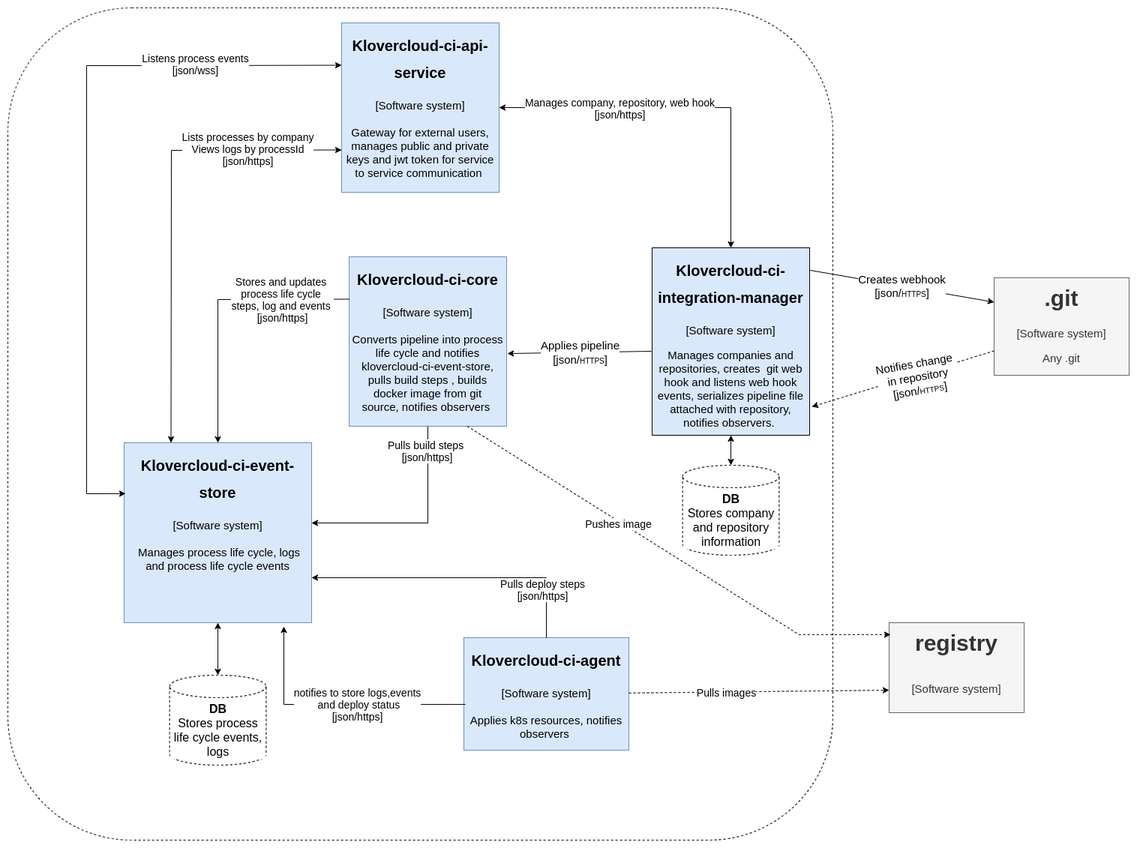
klovercloud-ci-cd/architecture keeps this draw.io diagram as files/container.png. Above is the earlier version. Source tidied: cells renumbered, new cells last; positions are measured from the earlier drawing's top-left corner, leaving out a move shared by most shapes.
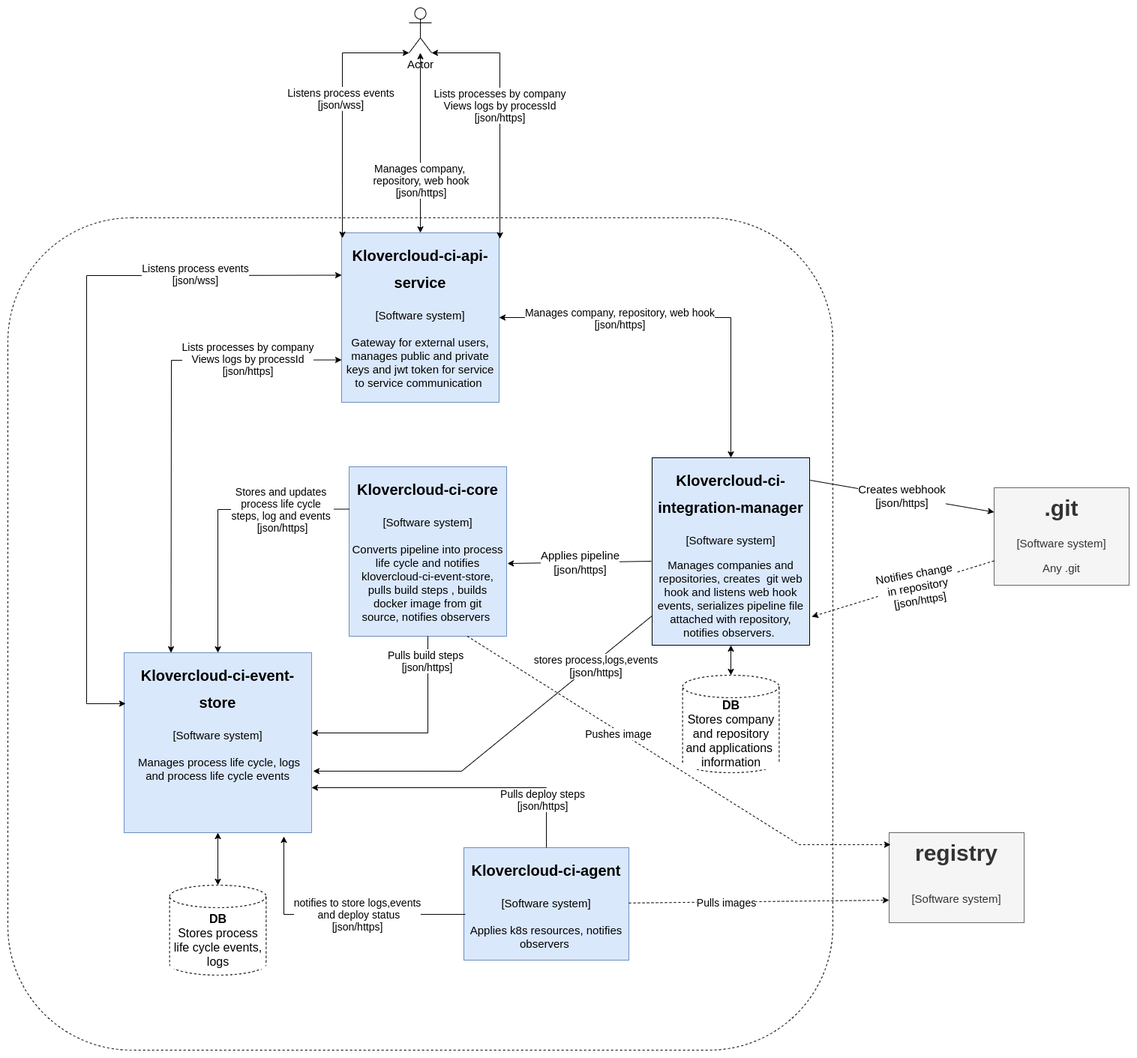
Later version of the same file.

Commit message:
add klovercloud-ci-intergration-manager component diagram

What changed in the source:
```diff
@@ -11,19 +11,19 @@
     <mxCell id="4" value="&lt;h1&gt;&lt;font style=&quot;font-size: 20px&quot;&gt;Klovercloud-ci-integration-manager&lt;/font&gt;&lt;/h1&gt;&lt;div&gt;[Software system]&lt;/div&gt;&lt;p&gt;Manages companies and repositories, creates&amp;nbsp; git web hook and listens web hook events, serializes pipeline file attached with repository, notifies observers.&amp;nbsp;&lt;/p&gt;" style="text;html=1;strokeColor=default;fillColor=#dae8fc;spacing=5;spacingTop=-20;whiteSpace=wrap;overflow=hidden;rounded=0;fontSize=15;align=center;labelBackgroundColor=none;fontColor=default;" parent="1" vertex="1">
       <mxGeometry x="859" y="320" width="210" height="250" as="geometry" />
     </mxCell>
-    <mxCell id="5" value="Creates webhook&lt;br&gt;[json/&lt;font style=&quot;font-size: 10px&quot;&gt;HTTPS&lt;/font&gt;]" style="endArrow=classic;html=1;rounded=0;labelBackgroundColor=default;fontSize=15;fontColor=default;strokeColor=default;exitX=1.004;exitY=0.12;exitDx=0;exitDy=0;entryX=0;entryY=0.25;entryDx=0;entryDy=0;exitPerimeter=0;" parent="1" edge="1" source="4" target="3">
+    <mxCell id="5" value="Creates webhook&lt;br&gt;[json/&lt;span style=&quot;font-size: 14px&quot;&gt;https&lt;/span&gt;]" style="endArrow=classic;html=1;rounded=0;labelBackgroundColor=default;fontSize=15;fontColor=default;strokeColor=default;exitX=1.004;exitY=0.12;exitDx=0;exitDy=0;entryX=0;entryY=0.25;entryDx=0;entryDy=0;exitPerimeter=0;" parent="1" edge="1" source="4" target="3">
       <mxGeometry relative="1" as="geometry" />
     </mxCell>
     <mxCell id="6" style="endArrow=classic;html=1;rounded=0;labelBackgroundColor=default;fontSize=15;fontColor=default;strokeColor=default;exitX=0;exitY=0.75;exitDx=0;exitDy=0;dashed=1;entryX=1.014;entryY=0.848;entryDx=0;entryDy=0;entryPerimeter=0;" parent="1" edge="1" source="3" target="4">
       <mxGeometry relative="1" as="geometry" />
     </mxCell>
-    <mxCell id="7" value="Notifies change &lt;br&gt;in repository&lt;br&gt;[json/&lt;font style=&quot;font-size: 10px&quot;&gt;HTTPS&lt;/font&gt;]" style="edgeLabel;html=1;align=center;verticalAlign=middle;fontSize=15;fontColor=default;labelBackgroundColor=default;rotation=-10;" parent="6" vertex="1">
+    <mxCell id="7" value="Notifies change &lt;br&gt;in repository&lt;br&gt;[json/&lt;span style=&quot;font-size: 14px&quot;&gt;https&lt;/span&gt;]" style="edgeLabel;html=1;align=center;verticalAlign=middle;fontSize=15;fontColor=default;labelBackgroundColor=default;rotation=-10;" parent="6" vertex="1">
       <mxGeometry x="0.17" y="1" relative="1" as="geometry">
         <mxPoint x="40" y="-11" as="offset" />
       </mxGeometry>
     </mxCell>
-    <mxCell id="8" value="&lt;font style=&quot;font-size: 16px&quot;&gt;&lt;b&gt;DB&lt;br&gt;&lt;/b&gt;Stores company and repository information&lt;br&gt;&lt;/font&gt;" style="shape=cylinder3;whiteSpace=wrap;html=1;boundedLbl=1;backgroundOutline=1;size=15;dashed=1;labelBackgroundColor=default;fontSize=10;fontColor=default;strokeColor=default;fillColor=default;align=center;" parent="1" vertex="1">
-      <mxGeometry x="899.6" y="610" width="128.8" height="120" as="geometry" />
+    <mxCell id="8" value="&lt;font style=&quot;font-size: 16px&quot;&gt;&lt;b&gt;DB&lt;br&gt;&lt;/b&gt;Stores company and repository and applications&amp;nbsp; information&lt;br&gt;&lt;/font&gt;" style="shape=cylinder3;whiteSpace=wrap;html=1;boundedLbl=1;backgroundOutline=1;size=15;dashed=1;labelBackgroundColor=default;fontSize=10;fontColor=default;strokeColor=default;fillColor=default;align=center;" parent="1" vertex="1">
+      <mxGeometry x="899.6" y="610" width="128.8" height="130" as="geometry" />
     </mxCell>
     <mxCell id="9" style="endArrow=classic;startArrow=classic;html=1;rounded=0;labelBackgroundColor=default;fontSize=10;fontColor=default;strokeColor=default;entryX=0.5;entryY=1;entryDx=0;entryDy=0;" parent="1" edge="1" source="8" target="4">
       <mxGeometry relative="1" as="geometry" />
@@ -34,7 +34,7 @@
     <mxCell id="11" style="endArrow=classic;html=1;rounded=0;labelBackgroundColor=default;fontSize=16;fontColor=default;strokeColor=default;exitX=-0.005;exitY=0.552;exitDx=0;exitDy=0;exitPerimeter=0;entryX=1.005;entryY=0.571;entryDx=0;entryDy=0;entryPerimeter=0;" parent="1" edge="1" source="4" target="10">
       <mxGeometry relative="1" as="geometry" />
     </mxCell>
-    <mxCell id="12" value="&lt;span style=&quot;font-size: 15px&quot;&gt;Applies pipeline&lt;/span&gt;&lt;br style=&quot;font-size: 15px&quot;&gt;&lt;span style=&quot;font-size: 15px&quot;&gt;[json/&lt;/span&gt;&lt;font style=&quot;font-size: 10px&quot;&gt;HTTPS&lt;/font&gt;&lt;span style=&quot;font-size: 15px&quot;&gt;]&lt;/span&gt;" style="edgeLabel;html=1;align=center;verticalAlign=middle;fontSize=16;fontColor=default;labelBackgroundColor=default;" parent="11" vertex="1">
+    <mxCell id="12" value="&lt;span style=&quot;font-size: 15px&quot;&gt;Applies pipeline&lt;/span&gt;&lt;br style=&quot;font-size: 15px&quot;&gt;&lt;span style=&quot;font-size: 15px&quot;&gt;[json/&lt;/span&gt;&lt;span style=&quot;font-size: 14px&quot;&gt;https&lt;/span&gt;&lt;span style=&quot;font-size: 15px&quot;&gt;]&lt;/span&gt;" style="edgeLabel;html=1;align=center;verticalAlign=middle;fontSize=16;fontColor=default;labelBackgroundColor=default;" parent="11" vertex="1">
       <mxGeometry x="-0.19" y="-1" relative="1" as="geometry">
         <mxPoint x="-17" as="offset" />
       </mxGeometry>
@@ -146,5 +146,52 @@
     <mxCell id="34" value="Pulls images" style="edgeLabel;html=1;align=center;verticalAlign=middle;fontSize=14;fontColor=default;" parent="33" vertex="1">
       <mxGeometry x="-0.25" relative="1" as="geometry" />
     </mxCell>
+    <mxCell id="35" value="Actor" style="shape=umlActor;verticalLabelPosition=bottom;verticalAlign=top;html=1;outlineConnect=0;labelBackgroundColor=default;fontSize=15;fontColor=default;strokeColor=default;fillColor=default;" parent="1" vertex="1">
+      <mxGeometry x="535" y="-280" width="30" height="60" as="geometry" />
+    </mxCell>
+    <mxCell id="36" style="endArrow=classic;startArrow=classic;html=1;rounded=0;labelBackgroundColor=default;fontSize=14;fontColor=default;strokeColor=default;fillColor=default;exitX=0.5;exitY=0;exitDx=0;exitDy=0;" parent="1" edge="1" source="22" target="35">
+      <mxGeometry relative="1" as="geometry">
+        <Array as="points">
+          <mxPoint x="550" y="-50" />
+        </Array>
+      </mxGeometry>
+    </mxCell>
+    <mxCell id="37" value="Manages company, &lt;br&gt;repository, web hook&lt;br&gt;[json/https]" style="edgeLabel;html=1;align=center;verticalAlign=middle;fontSize=14;fontColor=default;labelBackgroundColor=default;" parent="36" vertex="1">
+      <mxGeometry x="0.08" y="1" relative="1" as="geometry">
+        <mxPoint x="1" y="59" as="offset" />
+      </mxGeometry>
+    </mxCell>
+    <mxCell id="38" style="endArrow=classic;startArrow=classic;html=1;rounded=0;labelBackgroundColor=default;fontSize=14;fontColor=default;strokeColor=default;fillColor=default;exitX=0;exitY=1;exitDx=0;exitDy=0;exitPerimeter=0;entryX=0.005;entryY=0.031;entryDx=0;entryDy=0;entryPerimeter=0;" parent="1" edge="1" source="35" target="22">
+      <mxGeometry relative="1" as="geometry">
+        <Array as="points">
+          <mxPoint x="446" y="-220" />
+        </Array>
+      </mxGeometry>
+    </mxCell>
+    <mxCell id="39" value="Listens process events&lt;br&gt;[json/wss]" style="edgeLabel;html=1;align=center;verticalAlign=middle;fontSize=14;fontColor=default;" parent="38" vertex="1">
+      <mxGeometry x="-0.11" y="-3" relative="1" as="geometry" />
+    </mxCell>
+    <mxCell id="40" style="endArrow=classic;startArrow=classic;html=1;rounded=0;labelBackgroundColor=default;fontSize=14;fontColor=default;strokeColor=default;fillColor=default;exitX=1.005;exitY=0.035;exitDx=0;exitDy=0;exitPerimeter=0;entryX=1;entryY=1;entryDx=0;entryDy=0;entryPerimeter=0;" parent="1" edge="1" source="22" target="35">
+      <mxGeometry relative="1" as="geometry">
+        <Array as="points">
+          <mxPoint x="656" y="-220" />
+        </Array>
+      </mxGeometry>
+    </mxCell>
+    <mxCell id="41" value="Lists processes by company&lt;br&gt;Views logs by processId&lt;br&gt;[json/https]" style="edgeLabel;html=1;align=center;verticalAlign=middle;fontSize=14;fontColor=default;labelBackgroundColor=default;" parent="40" vertex="1">
+      <mxGeometry x="0.34" y="-2" relative="1" as="geometry">
+        <mxPoint x="-3" y="49" as="offset" />
+      </mxGeometry>
+    </mxCell>
+    <mxCell id="42" style="endArrow=classic;html=1;rounded=0;labelBackgroundColor=default;fontSize=14;fontColor=default;strokeColor=default;fillColor=default;entryX=1.008;entryY=0.658;entryDx=0;entryDy=0;entryPerimeter=0;" parent="1" edge="1" source="4" target="13">
+      <mxGeometry relative="1" as="geometry">
+        <Array as="points">
+          <mxPoint x="605" y="738" />
+        </Array>
+      </mxGeometry>
+    </mxCell>
+    <mxCell id="43" value="stores process,logs,events&lt;br&gt;&lt;span style=&quot;font-size: 15px&quot;&gt;[json/&lt;/span&gt;https&lt;span style=&quot;font-size: 15px&quot;&gt;]&lt;/span&gt;" style="edgeLabel;html=1;align=center;verticalAlign=middle;fontSize=14;fontColor=default;" parent="42" vertex="1">
+      <mxGeometry x="-0.61" y="4" relative="1" as="geometry" />
+    </mxCell>
   </root>
 </mxGraphModel>
```
